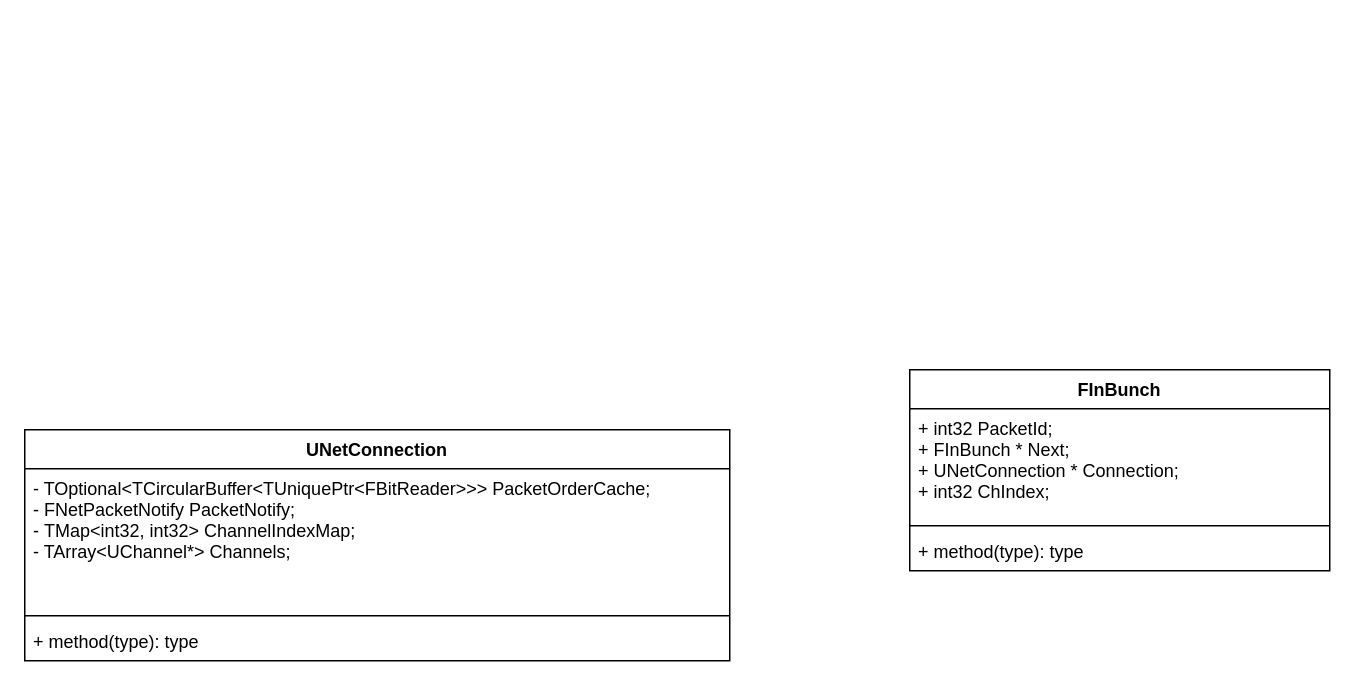
The draw.io diagram page "第 1 页" (1 of 2) of UE4Networking.drawio in jialin0x7c9/UE4NetworkingGraph, before the edit. Source tidied: cells renumbered, new cells numbered last; positions are measured from the earlier drawing's top-left corner, leaving out a move shared by most shapes. Both pictures are drawn from the tidied source at 150%, with x=0, y=0 at pixel (24, 369).
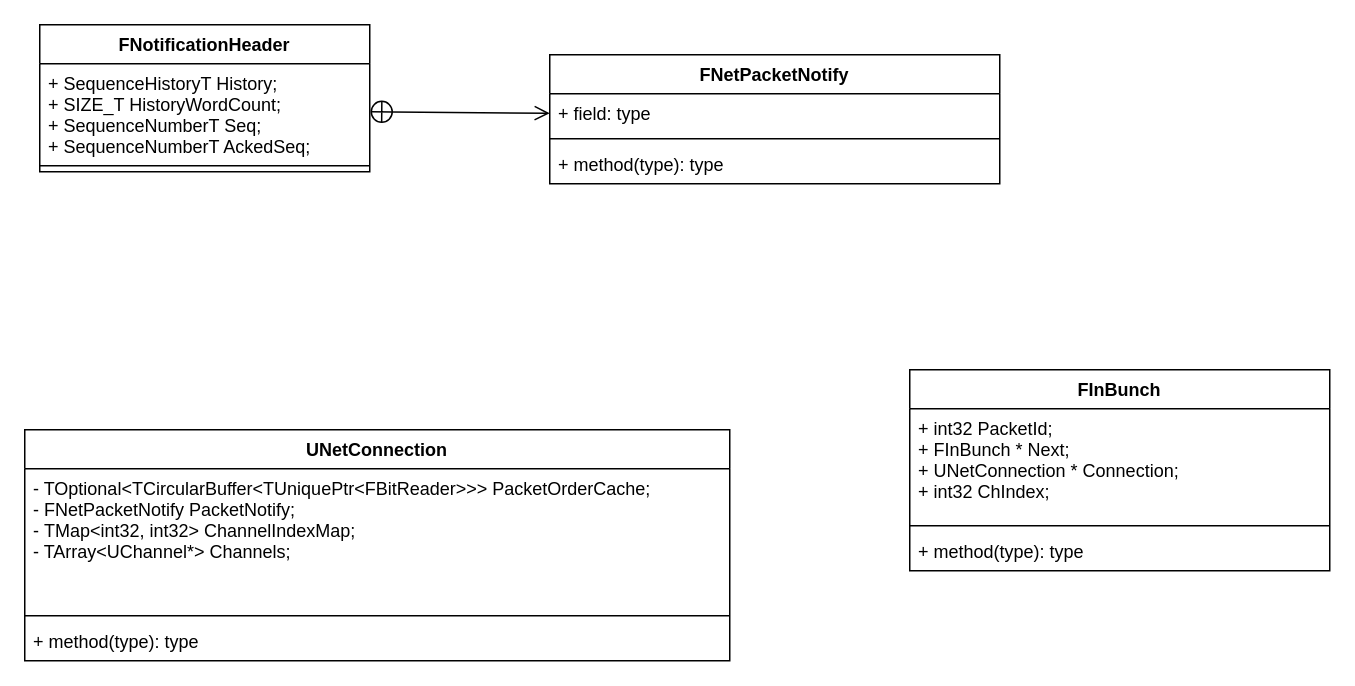
After the change.

Diff of the diagram source:
```diff
@@
 <mxGraphModel>
   <root>
     <mxCell id="0" />
     <mxCell id="1" parent="0" />
     <mxCell id="2" value="UNetConnection" style="swimlane;fontStyle=1;align=center;verticalAlign=top;horizontal=1;startSize=26;" parent="1" vertex="1">
       <mxGeometry y="40" width="470" height="154" as="geometry" />
     </mxCell>
     <mxCell id="3" value="- TOptional&lt;TCircularBuffer&lt;TUniquePtr&lt;FBitReader&gt;&gt;&gt; PacketOrderCache;&#10;- FNetPacketNotify PacketNotify;&#10;- TMap&lt;int32, int32&gt; ChannelIndexMap;&#10;- TArray&lt;UChannel*&gt; Channels;" style="text;strokeColor=none;fillColor=none;align=left;verticalAlign=top;spacingLeft=4;spacingRight=4;overflow=hidden;" parent="2" vertex="1">
       <mxGeometry y="26" width="470" height="94" as="geometry" />
     </mxCell>
     <mxCell id="4" style="line;strokeWidth=1;fillColor=none;align=left;verticalAlign=middle;spacingTop=-1;spacingLeft=3;spacingRight=3;labelPosition=right;" parent="2" vertex="1">
       <mxGeometry y="120" width="470" height="8" as="geometry" />
     </mxCell>
     <mxCell id="5" value="+ method(type): type" style="text;strokeColor=none;fillColor=none;align=left;verticalAlign=top;spacingLeft=4;spacingRight=4;overflow=hidden;" parent="2" vertex="1">
       <mxGeometry y="128" width="470" height="26" as="geometry" />
     </mxCell>
     <mxCell id="6" value="FInBunch" style="swimlane;fontStyle=1;align=center;verticalAlign=top;horizontal=1;startSize=26;" parent="1" vertex="1">
       <mxGeometry x="590" width="280" height="134" as="geometry" />
     </mxCell>
     <mxCell id="7" value="+ int32    PacketId;&#10;+ FInBunch *   Next;&#10;+ UNetConnection * Connection;&#10;+ int32    ChIndex;" style="text;strokeColor=none;fillColor=none;align=left;verticalAlign=top;spacingLeft=4;spacingRight=4;overflow=hidden;" parent="6" vertex="1">
       <mxGeometry y="26" width="280" height="74" as="geometry" />
     </mxCell>
     <mxCell id="8" style="line;strokeWidth=1;fillColor=none;align=left;verticalAlign=middle;spacingTop=-1;spacingLeft=3;spacingRight=3;labelPosition=right;" parent="6" vertex="1">
       <mxGeometry y="100" width="280" height="8" as="geometry" />
     </mxCell>
     <mxCell id="9" value="+ method(type): type" style="text;strokeColor=none;fillColor=none;align=left;verticalAlign=top;spacingLeft=4;spacingRight=4;overflow=hidden;" parent="6" vertex="1">
       <mxGeometry y="108" width="280" height="26" as="geometry" />
     </mxCell>
+    <mxCell id="10" value="FNetPacketNotify" style="swimlane;fontStyle=1;align=center;verticalAlign=top;horizontal=1;startSize=26;" parent="1" vertex="1">
+      <mxGeometry x="350" y="-210" width="300" height="86" as="geometry" />
+    </mxCell>
+    <mxCell id="11" value="+ field: type" style="text;strokeColor=none;fillColor=none;align=left;verticalAlign=top;spacingLeft=4;spacingRight=4;overflow=hidden;points=[[0,0.5],[1,0.5]];portConstraint=eastwest;" parent="10" vertex="1">
+      <mxGeometry y="26" width="300" height="26" as="geometry" />
+    </mxCell>
+    <mxCell id="12" style="line;strokeWidth=1;fillColor=none;align=left;verticalAlign=middle;spacingTop=-1;spacingLeft=3;spacingRight=3;labelPosition=right;" parent="10" vertex="1">
+      <mxGeometry y="52" width="300" height="8" as="geometry" />
+    </mxCell>
+    <mxCell id="13" value="+ method(type): type" style="text;strokeColor=none;fillColor=none;align=left;verticalAlign=top;spacingLeft=4;spacingRight=4;overflow=hidden;" parent="10" vertex="1">
+      <mxGeometry y="60" width="300" height="26" as="geometry" />
+    </mxCell>
+    <mxCell id="14" style="endArrow=open;startArrow=circlePlus;endFill=0;startFill=0;endSize=8;html=1;exitX=1;exitY=0.5;exitDx=0;exitDy=0;entryX=0;entryY=0.5;entryDx=0;entryDy=0;" parent="1" edge="1" source="16" target="11">
+      <mxGeometry relative="1" as="geometry" />
+    </mxCell>
+    <mxCell id="15" value="FNotificationHeader" style="swimlane;fontStyle=1;align=center;verticalAlign=top;horizontal=1;startSize=26;" parent="1" vertex="1">
+      <mxGeometry x="10" y="-230" width="220" height="98" as="geometry" />
+    </mxCell>
+    <mxCell id="16" value="+ SequenceHistoryT History;&#10;+ SIZE_T HistoryWordCount;&#10;+ SequenceNumberT Seq;&#10;+ SequenceNumberT AckedSeq;" style="text;strokeColor=none;fillColor=none;align=left;verticalAlign=top;spacingLeft=4;spacingRight=4;overflow=hidden;points=[[0,0.5],[1,0.5]];portConstraint=eastwest;" parent="15" vertex="1">
+      <mxGeometry y="26" width="220" height="64" as="geometry" />
+    </mxCell>
+    <mxCell id="17" style="line;strokeWidth=1;fillColor=none;align=left;verticalAlign=middle;spacingTop=-1;spacingLeft=3;spacingRight=3;labelPosition=right;" parent="15" vertex="1">
+      <mxGeometry y="90" width="220" height="8" as="geometry" />
+    </mxCell>
   </root>
 </mxGraphModel>
```
